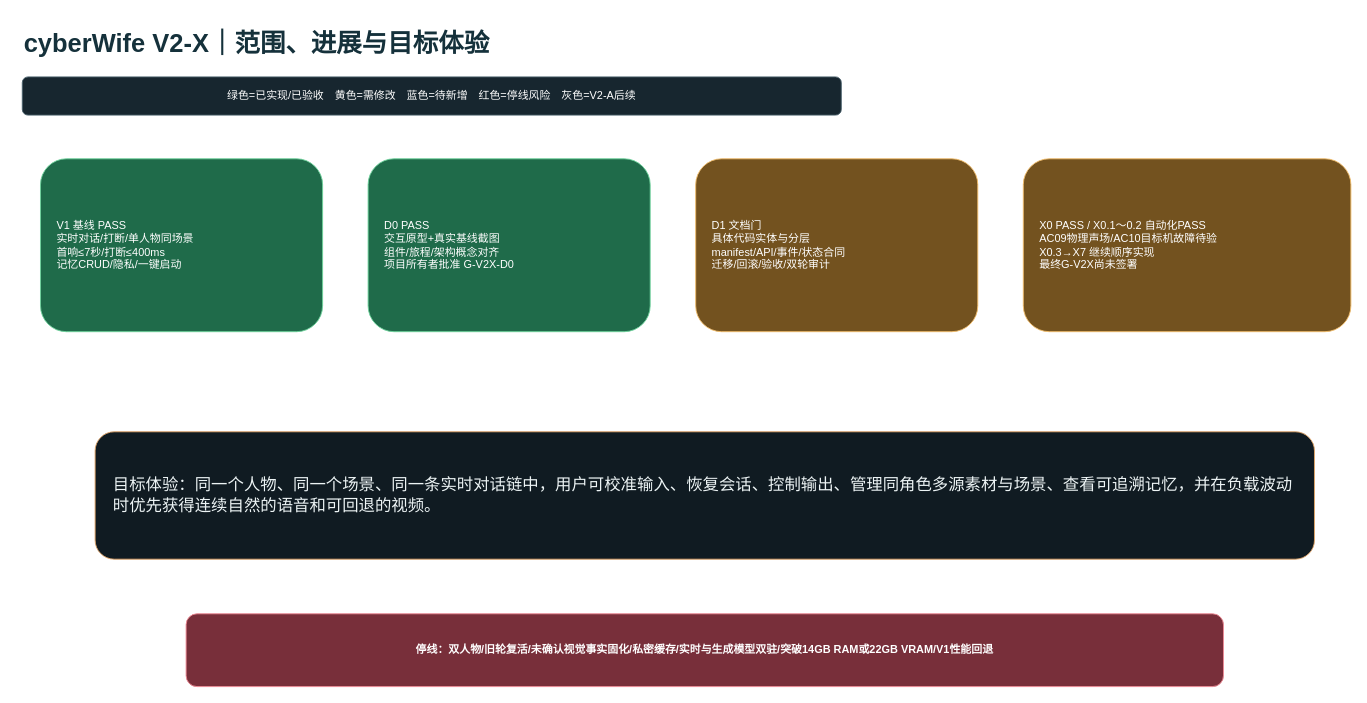
Earlier version of the draw.io diagram page "01-范围进展与目标体验" (1 of 8) of docs/architecture/v2-x-gap.drawio (ljx418/cyberWife). Source tidied: cells renumbered, new cells numbered last; positions are measured from the earlier drawing's top-left corner, leaving out a move shared by most shapes. Both pictures are drawn from the tidied source at 91%, with x=0, y=0 at pixel (22, 22).
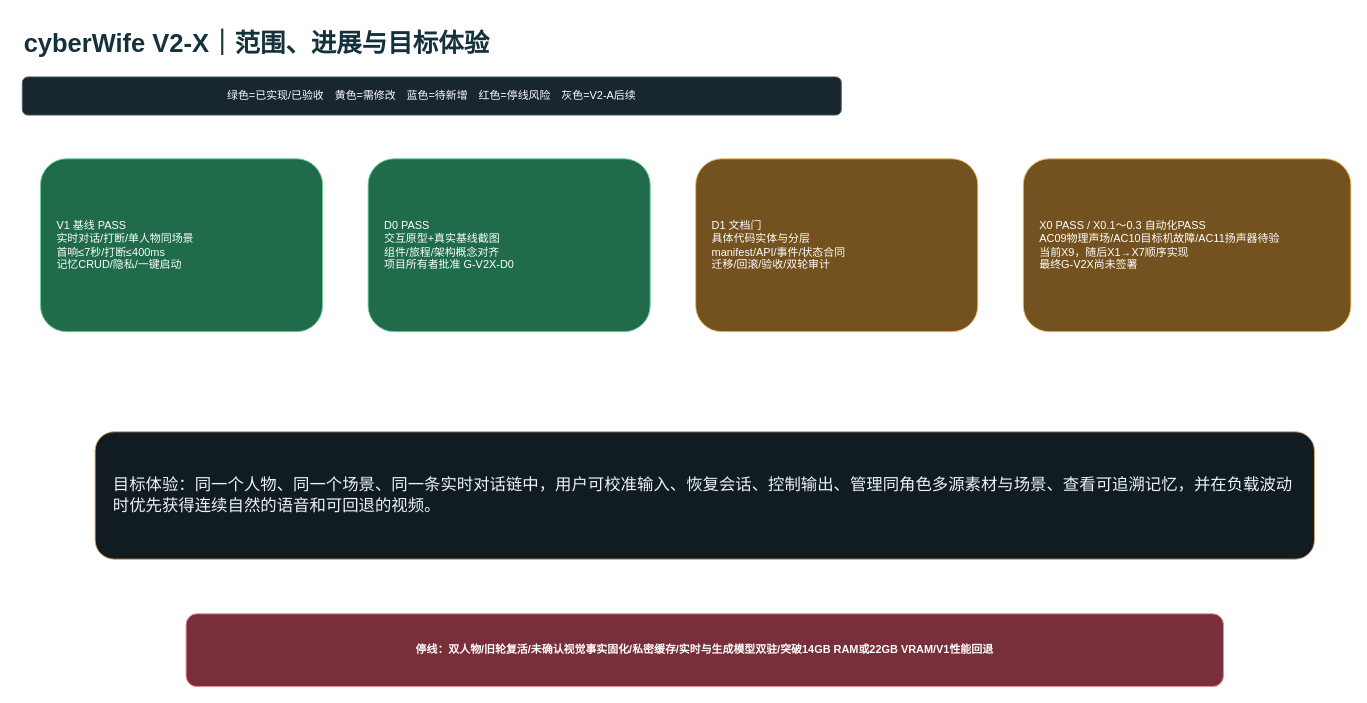
The same diagram, later.

What changed in the source:
```diff
@@
 <mxGraphModel>
   <root>
     <mxCell id="0" />
     <mxCell id="1" parent="0" />
     <mxCell id="2" value="cyberWife V2-X｜范围、进展与目标体验" style="text;html=1;fontSize=28;fontStyle=1;fontColor=#15313B;" parent="1" vertex="1">
       <mxGeometry width="1200" height="50" as="geometry" />
     </mxCell>
     <mxCell id="3" value="绿色=已实现/已验收　黄色=需修改　蓝色=待新增　红色=停线风险　灰色=V2-A后续" style="rounded=1;whiteSpace=wrap;html=1;fillColor=#17262F;strokeColor=#49606C;fontColor=#FFFFFF;" parent="1" vertex="1">
       <mxGeometry y="60" width="900" height="42" as="geometry" />
     </mxCell>
     <mxCell id="4" value="V1 基线 PASS&#10;实时对话/打断/单人物同场景&#10;首响≤7秒/打断≤400ms&#10;记忆CRUD/隐私/一键启动" style="rounded=1;whiteSpace=wrap;html=1;fillColor=#1F6B4A;strokeColor=#6ED39C;fontColor=#FFFFFF;align=left;spacing=18;" parent="1" vertex="1">
       <mxGeometry x="20" y="150" width="310" height="190" as="geometry" />
     </mxCell>
     <mxCell id="5" value="D0 PASS&#10;交互原型+真实基线截图&#10;组件/旅程/架构概念对齐&#10;项目所有者批准 G-V2X-D0" style="rounded=1;whiteSpace=wrap;html=1;fillColor=#1F6B4A;strokeColor=#6ED39C;fontColor=#FFFFFF;align=left;spacing=18;" parent="1" vertex="1">
       <mxGeometry x="380" y="150" width="310" height="190" as="geometry" />
     </mxCell>
     <mxCell id="6" value="D1 文档门&#10;具体代码实体与分层&#10;manifest/API/事件/状态合同&#10;迁移/回滚/验收/双轮审计" style="rounded=1;whiteSpace=wrap;html=1;fillColor=#73521F;strokeColor=#F2BD6B;fontColor=#FFFFFF;align=left;spacing=18;" parent="1" vertex="1">
       <mxGeometry x="740" y="150" width="310" height="190" as="geometry" />
     </mxCell>
-    <mxCell id="7" value="X0 PASS / X0.1～0.2 自动化PASS&#10;AC09物理声场/AC10目标机故障待验&#10;X0.3→X7 继续顺序实现&#10;最终G-V2X尚未签署" style="rounded=1;whiteSpace=wrap;html=1;fillColor=#73521F;strokeColor=#F2BD6B;fontColor=#FFFFFF;align=left;spacing=18;" parent="1" vertex="1">
+    <mxCell id="7" value="X0 PASS / X0.1～0.3 自动化PASS&#10;AC09物理声场/AC10目标机故障/AC11扬声器待验&#10;当前X9，随后X1→X7顺序实现&#10;最终G-V2X尚未签署" style="rounded=1;whiteSpace=wrap;html=1;fillColor=#73521F;strokeColor=#F2BD6B;fontColor=#FFFFFF;align=left;spacing=18;" parent="1" vertex="1">
       <mxGeometry x="1100" y="150" width="360" height="190" as="geometry" />
     </mxCell>
     <mxCell id="8" value="目标体验：同一个人物、同一个场景、同一条实时对话链中，用户可校准输入、恢复会话、控制输出、管理同角色多源素材与场景、查看可追溯记忆，并在负载波动时优先获得连续自然的语音和可回退的视频。" style="rounded=1;whiteSpace=wrap;html=1;fillColor=#101B22;strokeColor=#E4A668;fontColor=#EDF4F5;fontSize=18;align=left;spacing=20;" parent="1" vertex="1">
       <mxGeometry x="80" y="450" width="1340" height="140" as="geometry" />
     </mxCell>
     <mxCell id="9" value="停线：双人物/旧轮复活/未确认视觉事实固化/私密缓存/实时与生成模型双驻/突破14GB RAM或22GB VRAM/V1性能回退" style="rounded=1;whiteSpace=wrap;html=1;fillColor=#782F3A;strokeColor=#F08A96;fontColor=#FFFFFF;fontStyle=1;" parent="1" vertex="1">
       <mxGeometry x="180" y="650" width="1140" height="80" as="geometry" />
     </mxCell>
     <mxCell id="10" style="edgeStyle=orthogonalEdgeStyle;strokeColor=#8AA0A9;endArrow=block;" parent="1" edge="1" source="4" target="5" />
     <mxCell id="11" style="edgeStyle=orthogonalEdgeStyle;strokeColor=#8AA0A9;endArrow=block;" parent="1" edge="1" source="5" target="6" />
     <mxCell id="12" style="edgeStyle=orthogonalEdgeStyle;strokeColor=#8AA0A9;endArrow=block;" parent="1" edge="1" source="6" target="7" />
   </root>
 </mxGraphModel>
```
